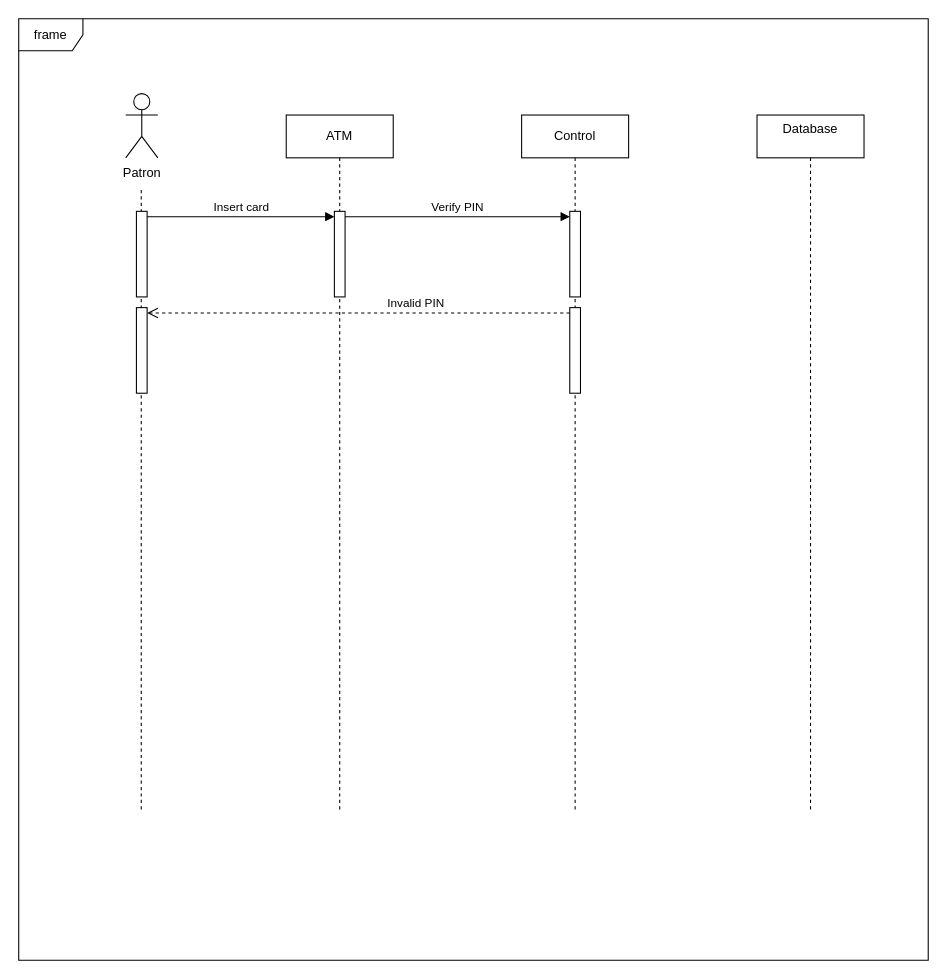
GRMiguelAngel/ETS keeps this draw.io diagram as Diagrama de secuencia/DS-cajero_automatico.drawio. Above is the earlier version. Source tidied: cells renumbered, new cells numbered last; positions are measured from the earlier drawing's top-left corner, leaving out a move shared by most shapes. Both pictures are drawn from the tidied source at 107%, with x=0, y=0 at pixel (18, 18).
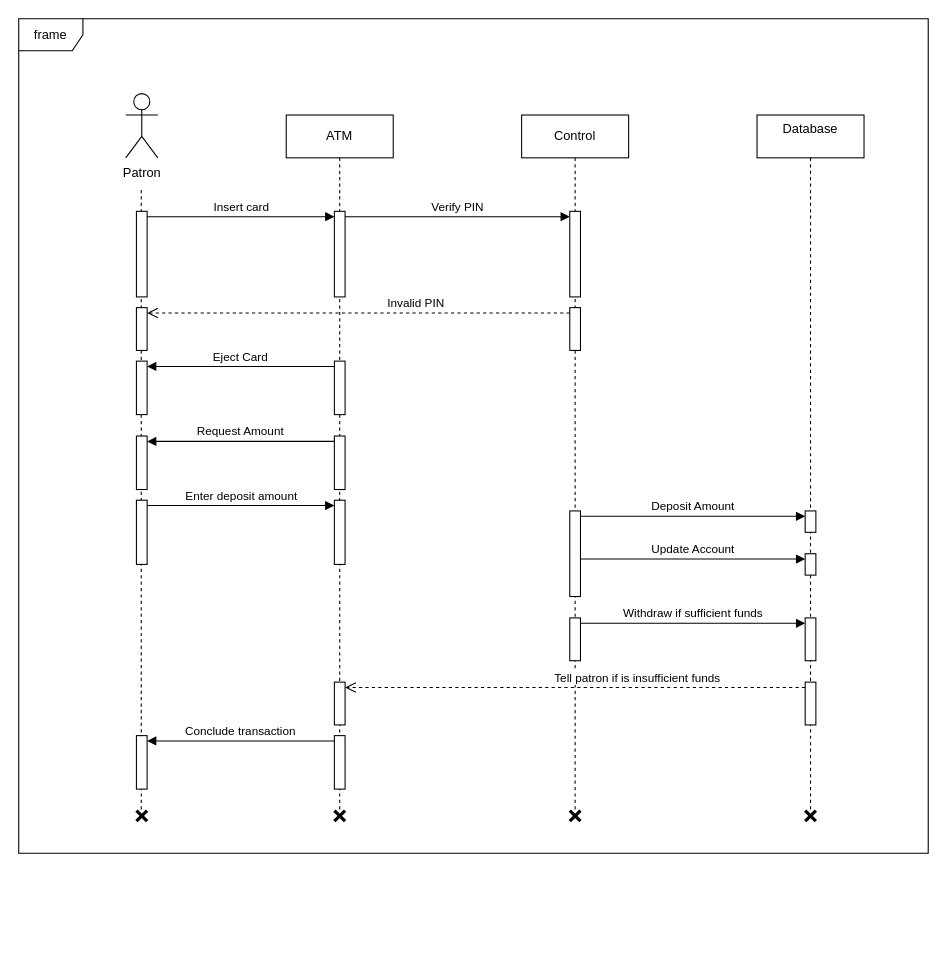
After the change.

The change refers to these unchanged cells:
```xml
<mxCell id="4" value="ATM" style="shape=umlLifeline;perimeter=lifelinePerimeter;whiteSpace=wrap;html=1;newEdgeStyle={&quot;curved&quot;:0,&quot;rounded&quot;:0};" parent="1" vertex="1">
  <mxGeometry x="250" y="90" width="100" height="650" as="geometry" />
</mxCell>
```

What changed in the source:
```diff
@@
+    <mxCell id="16" style="html=1;points=[[0,0,0,0,5],[0,1,0,0,-5],[1,0,0,0,5],[1,1,0,0,-5]];perimeter=orthogonalPerimeter;outlineConnect=0;targetShapes=umlLifeline;portConstraint=eastwest;newEdgeStyle={&quot;curved&quot;:0,&quot;rounded&quot;:0};" parent="4" vertex="1">
+      <mxGeometry x="45" y="230" width="10" height="50" as="geometry" />
+    </mxCell>
@@
     <mxCell id="8" value="frame" style="shape=umlFrame;whiteSpace=wrap;html=1;" parent="1" vertex="1">
-      <mxGeometry width="850" height="880" as="geometry" />
+      <mxGeometry width="850" height="780" as="geometry" />
     </mxCell>
@@
     <mxCell id="13" style="html=1;points=[[0,0,0,0,5],[0,1,0,0,-5],[1,0,0,0,5],[1,1,0,0,-5]];perimeter=orthogonalPerimeter;outlineConnect=0;targetShapes=umlLifeline;portConstraint=eastwest;newEdgeStyle={&quot;curved&quot;:0,&quot;rounded&quot;:0};" parent="1" vertex="1">
-      <mxGeometry x="515" y="270" width="10" height="80" as="geometry" />
+      <mxGeometry x="515" y="270" width="10" height="40" as="geometry" />
     </mxCell>
     <mxCell id="14" style="html=1;points=[[0,0,0,0,5],[0,1,0,0,-5],[1,0,0,0,5],[1,1,0,0,-5]];perimeter=orthogonalPerimeter;outlineConnect=0;targetShapes=umlLifeline;portConstraint=eastwest;newEdgeStyle={&quot;curved&quot;:0,&quot;rounded&quot;:0};" parent="1" vertex="1">
-      <mxGeometry x="110" y="270" width="10" height="80" as="geometry" />
+      <mxGeometry x="110" y="270" width="10" height="40" as="geometry" />
     </mxCell>
@@
+    <mxCell id="17" style="html=1;points=[[0,0,0,0,5],[0,1,0,0,-5],[1,0,0,0,5],[1,1,0,0,-5]];perimeter=orthogonalPerimeter;outlineConnect=0;targetShapes=umlLifeline;portConstraint=eastwest;newEdgeStyle={&quot;curved&quot;:0,&quot;rounded&quot;:0};" parent="1" vertex="1">
+      <mxGeometry x="110" y="320" width="10" height="50" as="geometry" />
+    </mxCell>
+    <mxCell id="18" value="Eject Card" style="html=1;verticalAlign=bottom;endArrow=block;curved=0;rounded=0;exitX=0;exitY=0;exitDx=0;exitDy=5;exitPerimeter=0;entryX=1;entryY=0;entryDx=0;entryDy=5;entryPerimeter=0;" parent="1" edge="1" source="16" target="17">
+      <mxGeometry relative="1" as="geometry" />
+    </mxCell>
+    <mxCell id="19" style="html=1;points=[[0,0,0,0,5],[0,1,0,0,-5],[1,0,0,0,5],[1,1,0,0,-5]];perimeter=orthogonalPerimeter;outlineConnect=0;targetShapes=umlLifeline;portConstraint=eastwest;newEdgeStyle={&quot;curved&quot;:0,&quot;rounded&quot;:0};" parent="1" vertex="1">
+      <mxGeometry x="295" y="390" width="10" height="50" as="geometry" />
+    </mxCell>
+    <mxCell id="20" style="html=1;points=[[0,0,0,0,5],[0,1,0,0,-5],[1,0,0,0,5],[1,1,0,0,-5]];perimeter=orthogonalPerimeter;outlineConnect=0;targetShapes=umlLifeline;portConstraint=eastwest;newEdgeStyle={&quot;curved&quot;:0,&quot;rounded&quot;:0};" parent="1" vertex="1">
+      <mxGeometry x="110" y="390" width="10" height="50" as="geometry" />
+    </mxCell>
+    <mxCell id="21" value="Request Amount" style="html=1;verticalAlign=bottom;endArrow=block;curved=0;rounded=0;exitX=0;exitY=0;exitDx=0;exitDy=5;exitPerimeter=0;entryX=1;entryY=0;entryDx=0;entryDy=5;entryPerimeter=0;" parent="1" edge="1" source="19" target="20">
+      <mxGeometry relative="1" as="geometry" />
+    </mxCell>
+    <mxCell id="22" style="html=1;points=[[0,0,0,0,5],[0,1,0,0,-5],[1,0,0,0,5],[1,1,0,0,-5]];perimeter=orthogonalPerimeter;outlineConnect=0;targetShapes=umlLifeline;portConstraint=eastwest;newEdgeStyle={&quot;curved&quot;:0,&quot;rounded&quot;:0};" parent="1" vertex="1">
+      <mxGeometry x="110" y="450" width="10" height="60" as="geometry" />
+    </mxCell>
+    <mxCell id="23" style="html=1;points=[[0,0,0,0,5],[0,1,0,0,-5],[1,0,0,0,5],[1,1,0,0,-5]];perimeter=orthogonalPerimeter;outlineConnect=0;targetShapes=umlLifeline;portConstraint=eastwest;newEdgeStyle={&quot;curved&quot;:0,&quot;rounded&quot;:0};" parent="1" vertex="1">
+      <mxGeometry x="295" y="450" width="10" height="60" as="geometry" />
+    </mxCell>
+    <mxCell id="24" value="Enter deposit amount" style="html=1;verticalAlign=bottom;endArrow=block;curved=0;rounded=0;entryX=0;entryY=0;entryDx=0;entryDy=5;entryPerimeter=0;" parent="1" edge="1" source="22" target="23">
+      <mxGeometry relative="1" as="geometry" />
+    </mxCell>
+    <mxCell id="25" style="html=1;points=[[0,0,0,0,5],[0,1,0,0,-5],[1,0,0,0,5],[1,1,0,0,-5]];perimeter=orthogonalPerimeter;outlineConnect=0;targetShapes=umlLifeline;portConstraint=eastwest;newEdgeStyle={&quot;curved&quot;:0,&quot;rounded&quot;:0};" parent="1" vertex="1">
+      <mxGeometry x="515" y="460" width="10" height="80" as="geometry" />
+    </mxCell>
+    <mxCell id="26" style="html=1;points=[[0,0,0,0,5],[0,1,0,0,-5],[1,0,0,0,5],[1,1,0,0,-5]];perimeter=orthogonalPerimeter;outlineConnect=0;targetShapes=umlLifeline;portConstraint=eastwest;newEdgeStyle={&quot;curved&quot;:0,&quot;rounded&quot;:0};" parent="1" vertex="1">
+      <mxGeometry x="735" y="460" width="10" height="20" as="geometry" />
+    </mxCell>
+    <mxCell id="27" value="Deposit Amount" style="html=1;verticalAlign=bottom;endArrow=block;curved=0;rounded=0;entryX=0;entryY=0;entryDx=0;entryDy=5;entryPerimeter=0;exitX=1;exitY=0;exitDx=0;exitDy=5;exitPerimeter=0;" parent="1" edge="1" source="25" target="26">
+      <mxGeometry relative="1" as="geometry" />
+    </mxCell>
+    <mxCell id="28" style="html=1;points=[[0,0,0,0,5],[0,1,0,0,-5],[1,0,0,0,5],[1,1,0,0,-5]];perimeter=orthogonalPerimeter;outlineConnect=0;targetShapes=umlLifeline;portConstraint=eastwest;newEdgeStyle={&quot;curved&quot;:0,&quot;rounded&quot;:0};" parent="1" vertex="1">
+      <mxGeometry x="735" y="500" width="10" height="20" as="geometry" />
+    </mxCell>
+    <mxCell id="29" value="Update Account" style="html=1;verticalAlign=bottom;endArrow=block;curved=0;rounded=0;entryX=0;entryY=0;entryDx=0;entryDy=5;entryPerimeter=0;exitX=1;exitY=0;exitDx=0;exitDy=5;exitPerimeter=0;" parent="1" edge="1" target="28">
+      <mxGeometry relative="1" as="geometry">
+        <mxPoint x="525" y="505" as="sourcePoint" />
+      </mxGeometry>
+    </mxCell>
+    <mxCell id="30" style="html=1;points=[[0,0,0,0,5],[0,1,0,0,-5],[1,0,0,0,5],[1,1,0,0,-5]];perimeter=orthogonalPerimeter;outlineConnect=0;targetShapes=umlLifeline;portConstraint=eastwest;newEdgeStyle={&quot;curved&quot;:0,&quot;rounded&quot;:0};" parent="1" vertex="1">
+      <mxGeometry x="515" y="560" width="10" height="40" as="geometry" />
+    </mxCell>
+    <mxCell id="31" style="html=1;points=[[0,0,0,0,5],[0,1,0,0,-5],[1,0,0,0,5],[1,1,0,0,-5]];perimeter=orthogonalPerimeter;outlineConnect=0;targetShapes=umlLifeline;portConstraint=eastwest;newEdgeStyle={&quot;curved&quot;:0,&quot;rounded&quot;:0};" parent="1" vertex="1">
+      <mxGeometry x="735" y="560" width="10" height="40" as="geometry" />
+    </mxCell>
+    <mxCell id="32" value="Withdraw if sufficient funds" style="html=1;verticalAlign=bottom;endArrow=block;curved=0;rounded=0;entryX=0;entryY=0;entryDx=0;entryDy=5;entryPerimeter=0;" parent="1" edge="1" source="30" target="31">
+      <mxGeometry relative="1" as="geometry" />
+    </mxCell>
+    <mxCell id="33" style="html=1;points=[[0,0,0,0,5],[0,1,0,0,-5],[1,0,0,0,5],[1,1,0,0,-5]];perimeter=orthogonalPerimeter;outlineConnect=0;targetShapes=umlLifeline;portConstraint=eastwest;newEdgeStyle={&quot;curved&quot;:0,&quot;rounded&quot;:0};" parent="1" vertex="1">
+      <mxGeometry x="735" y="620" width="10" height="40" as="geometry" />
+    </mxCell>
+    <mxCell id="34" style="html=1;points=[[0,0,0,0,5],[0,1,0,0,-5],[1,0,0,0,5],[1,1,0,0,-5]];perimeter=orthogonalPerimeter;outlineConnect=0;targetShapes=umlLifeline;portConstraint=eastwest;newEdgeStyle={&quot;curved&quot;:0,&quot;rounded&quot;:0};" parent="1" vertex="1">
+      <mxGeometry x="295" y="620" width="10" height="40" as="geometry" />
+    </mxCell>
+    <mxCell id="35" value="Tell patron if is insufficient funds" style="html=1;verticalAlign=bottom;endArrow=open;dashed=1;endSize=8;curved=0;rounded=0;exitX=0;exitY=0;exitDx=0;exitDy=5;exitPerimeter=0;entryX=1;entryY=0;entryDx=0;entryDy=5;entryPerimeter=0;" parent="1" edge="1" source="33" target="34">
+      <mxGeometry x="-0.27" relative="1" as="geometry" />
+    </mxCell>
+    <mxCell id="36" style="html=1;points=[[0,0,0,0,5],[0,1,0,0,-5],[1,0,0,0,5],[1,1,0,0,-5]];perimeter=orthogonalPerimeter;outlineConnect=0;targetShapes=umlLifeline;portConstraint=eastwest;newEdgeStyle={&quot;curved&quot;:0,&quot;rounded&quot;:0};" parent="1" vertex="1">
+      <mxGeometry x="295" y="670" width="10" height="50" as="geometry" />
+    </mxCell>
+    <mxCell id="37" style="html=1;points=[[0,0,0,0,5],[0,1,0,0,-5],[1,0,0,0,5],[1,1,0,0,-5]];perimeter=orthogonalPerimeter;outlineConnect=0;targetShapes=umlLifeline;portConstraint=eastwest;newEdgeStyle={&quot;curved&quot;:0,&quot;rounded&quot;:0};" parent="1" vertex="1">
+      <mxGeometry x="110" y="670" width="10" height="50" as="geometry" />
+    </mxCell>
+    <mxCell id="38" value="Conclude transaction" style="html=1;verticalAlign=bottom;endArrow=block;curved=0;rounded=0;exitX=0;exitY=0;exitDx=0;exitDy=5;exitPerimeter=0;entryX=1;entryY=0;entryDx=0;entryDy=5;entryPerimeter=0;" parent="1" edge="1" source="36" target="37">
+      <mxGeometry relative="1" as="geometry" />
+    </mxCell>
+    <mxCell id="39" style="shape=umlDestroy;whiteSpace=wrap;html=1;strokeWidth=3;targetShapes=umlLifeline;" parent="1" vertex="1">
+      <mxGeometry x="110" y="740" width="10" height="10" as="geometry" />
+    </mxCell>
+    <mxCell id="40" style="shape=umlDestroy;whiteSpace=wrap;html=1;strokeWidth=3;targetShapes=umlLifeline;" parent="1" vertex="1">
+      <mxGeometry x="295" y="740" width="10" height="10" as="geometry" />
+    </mxCell>
+    <mxCell id="41" style="shape=umlDestroy;whiteSpace=wrap;html=1;strokeWidth=3;targetShapes=umlLifeline;" parent="1" vertex="1">
+      <mxGeometry x="515" y="740" width="10" height="10" as="geometry" />
+    </mxCell>
+    <mxCell id="42" style="shape=umlDestroy;whiteSpace=wrap;html=1;strokeWidth=3;targetShapes=umlLifeline;" parent="1" vertex="1">
+      <mxGeometry x="735" y="740" width="10" height="10" as="geometry" />
+    </mxCell>
```
